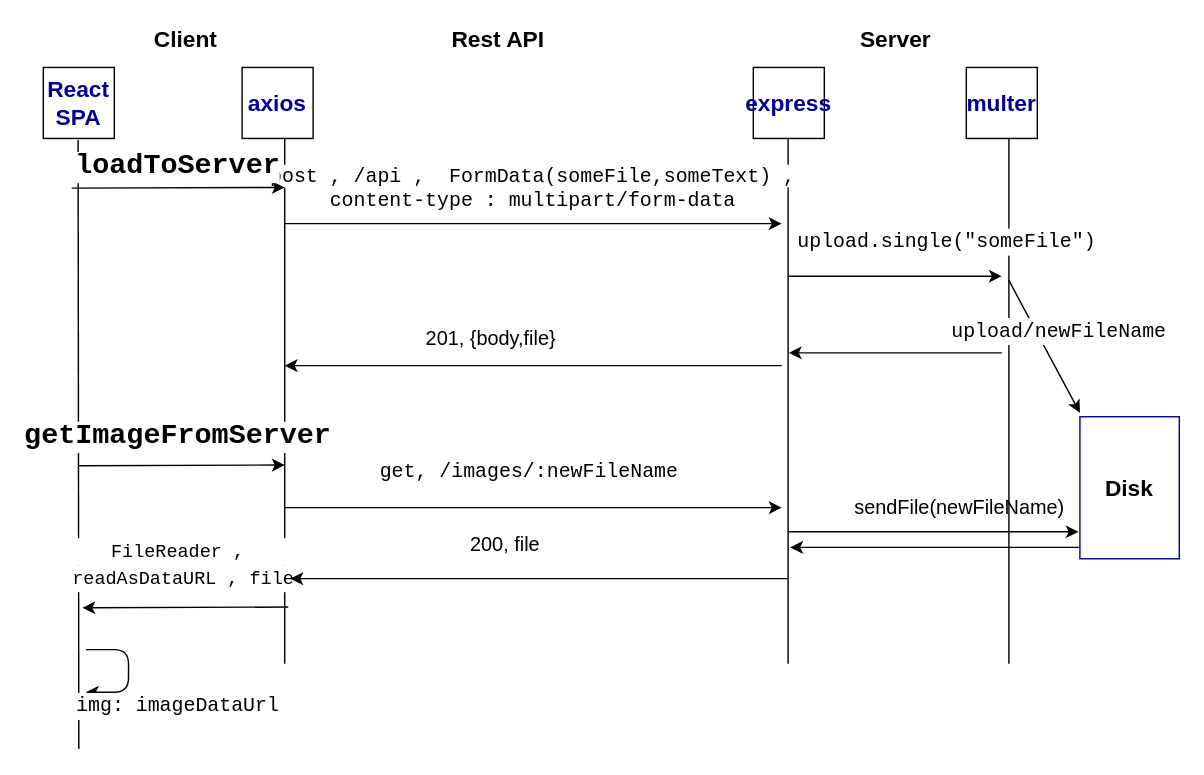
NathanKr/react-express-load-image keeps this draw.io diagram as Sequence Diagram.drawio. Above is the earlier version. Source tidied: cells renumbered, new cells numbered last; positions are measured from the earlier drawing's top-left corner, leaving out a move shared by most shapes. Both pictures are drawn from the tidied source at 142%, with x=0, y=0 at pixel (43, 24).
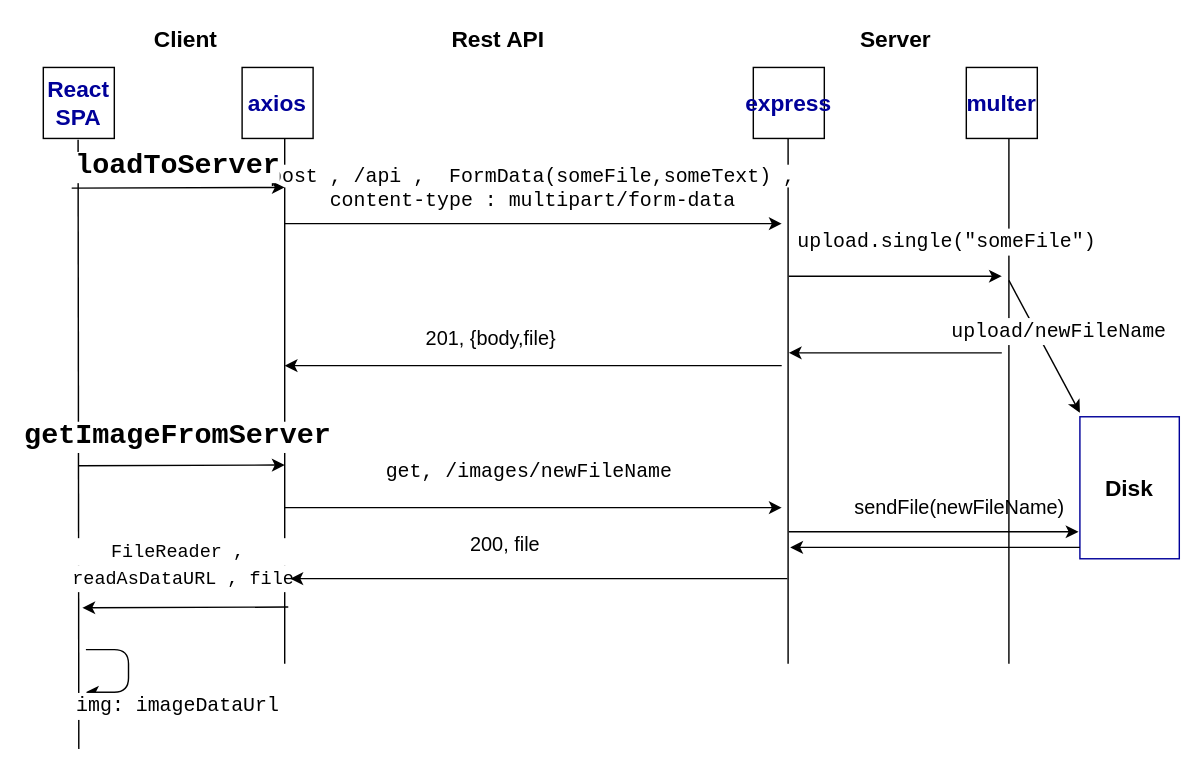
The same page after the edit.

The edit, as a diff of the source:
```diff
@@
-    <mxCell id="27" value="&lt;span style=&quot;font-family: &amp;#34;consolas&amp;#34; , &amp;#34;courier new&amp;#34; , monospace ; font-size: 14px ; white-space: pre ; background-color: rgb(255 , 255 , 255)&quot;&gt;get, &lt;/span&gt;&lt;span style=&quot;background-color: rgb(255 , 255 , 255) ; font-family: &amp;#34;consolas&amp;#34; , &amp;#34;courier new&amp;#34; , monospace ; font-size: 14px ; white-space: pre&quot;&gt;/images/:newFileName   &lt;/span&gt;" style="text;html=1;strokeColor=none;fillColor=none;align=center;verticalAlign=middle;whiteSpace=wrap;rounded=0;" parent="1" vertex="1">
+    <mxCell id="27" value="&lt;span style=&quot;font-family: &amp;#34;consolas&amp;#34; , &amp;#34;courier new&amp;#34; , monospace ; font-size: 14px ; white-space: pre ; background-color: rgb(255 , 255 , 255)&quot;&gt;get, &lt;/span&gt;&lt;span style=&quot;background-color: rgb(255 , 255 , 255) ; font-family: &amp;#34;consolas&amp;#34; , &amp;#34;courier new&amp;#34; , monospace ; font-size: 14px ; white-space: pre&quot;&gt;/images/newFileName   &lt;/span&gt;" style="text;html=1;strokeColor=none;fillColor=none;align=center;verticalAlign=middle;whiteSpace=wrap;rounded=0;" parent="1" vertex="1">
       <mxGeometry x="290" y="300" width="130" height="30" as="geometry" />
     </mxCell>
```
